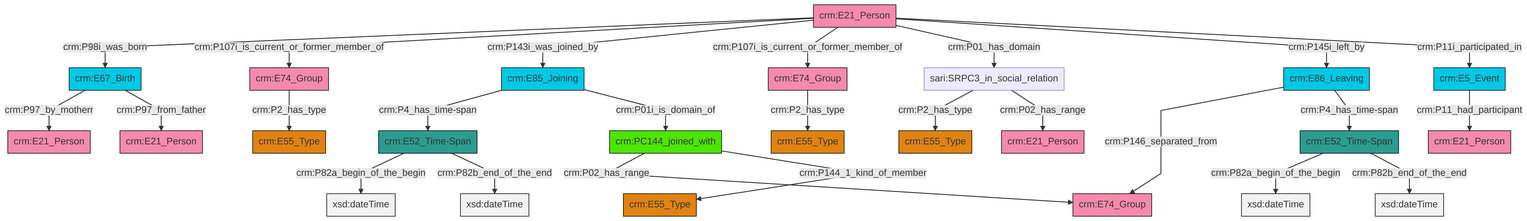
Above: et/personCSV/ttl/mmd/png/Person_Actor_Relations.png in swiss-art-research-net/reference-data-models (Mermaid), before the change. Its source is kept beside it as et/personCSV/ttl/mmd/Person_Actor_Relations.ttl.mmd.
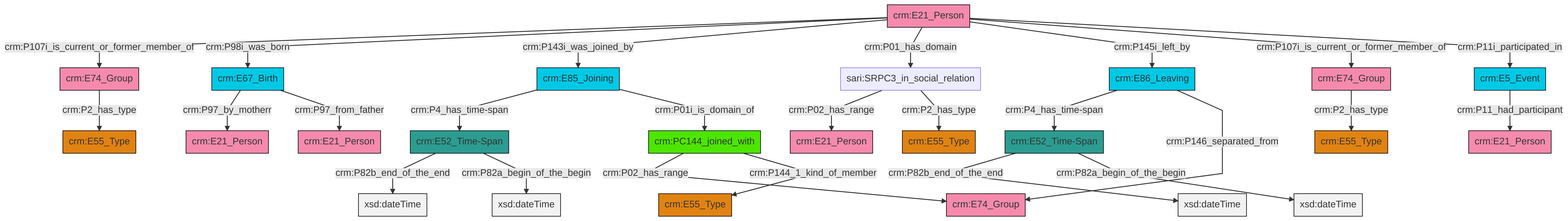
After the commit.

What changed in the source:
```diff
@@ -13,27 +13,27 @@
 classDef PC_Classes fill:#4ce600, stroke:#000000;
 classDef Multi fill:#cccccc,stroke:#000000;
 
-2["crm:E86_Leaving"]:::Temporal_Entity -->|crm:P146_separated_from| 8["crm:E74_Group"]:::Actor
-4["crm:E85_Joining"]:::Temporal_Entity -->|crm:P4_has_time-span| 11["crm:E52_Time-Span"]:::Time-Span
-12["crm:E21_Person"]:::Actor -->|crm:P98i_was_born| 13["crm:E67_Birth"]:::Temporal_Entity
-9["crm:PC144_joined_with"]:::PC_Classes -->|crm:P02_has_range| 8["crm:E74_Group"]:::Actor
-9["crm:PC144_joined_with"]:::PC_Classes -->|crm:P144_1_kind_of_member| 0["crm:E55_Type"]:::Type
-4["crm:E85_Joining"]:::Temporal_Entity -->|crm:P01i_is_domain_of| 9["crm:PC144_joined_with"]:::PC_Classes
-13["crm:E67_Birth"]:::Temporal_Entity -->|crm:P97_by_motherr| 19["crm:E21_Person"]:::Actor
-6["sari:SRPC3_in_social_relation"]:::Default -->|crm:P2_has_type| 24["crm:E55_Type"]:::Type
-25["crm:E74_Group"]:::Actor -->|crm:P2_has_type| 26["crm:E55_Type"]:::Type
-12["crm:E21_Person"]:::Actor -->|crm:P107i_is_current_or_former_member_of| 15["crm:E74_Group"]:::Actor
-11["crm:E52_Time-Span"]:::Time-Span -->|crm:P82a_begin_of_the_begin| 28[xsd:dateTime]:::Literal
-21["crm:E52_Time-Span"]:::Time-Span -->|crm:P82a_begin_of_the_begin| 29[xsd:dateTime]:::Literal
-12["crm:E21_Person"]:::Actor -->|crm:P143i_was_joined_by| 4["crm:E85_Joining"]:::Temporal_Entity
-6["sari:SRPC3_in_social_relation"]:::Default -->|crm:P02_has_range| 34["crm:E21_Person"]:::Actor
-13["crm:E67_Birth"]:::Temporal_Entity -->|crm:P97_from_father| 35["crm:E21_Person"]:::Actor
-12["crm:E21_Person"]:::Actor -->|crm:P107i_is_current_or_former_member_of| 25["crm:E74_Group"]:::Actor
-2["crm:E86_Leaving"]:::Temporal_Entity -->|crm:P4_has_time-span| 21["crm:E52_Time-Span"]:::Time-Span
-12["crm:E21_Person"]:::Actor -->|crm:P01_has_domain| 6["sari:SRPC3_in_social_relation"]:::Default
-12["crm:E21_Person"]:::Actor -->|crm:P145i_left_by| 2["crm:E86_Leaving"]:::Temporal_Entity
-38["crm:E5_Event"]:::Temporal_Entity -->|crm:P11_had_participant| 32["crm:E21_Person"]:::Actor
-21["crm:E52_Time-Span"]:::Time-Span -->|crm:P82b_end_of_the_end| 39[xsd:dateTime]:::Literal
-11["crm:E52_Time-Span"]:::Time-Span -->|crm:P82b_end_of_the_end| 41[xsd:dateTime]:::Literal
-12["crm:E21_Person"]:::Actor -->|crm:P11i_participated_in| 38["crm:E5_Event"]:::Temporal_Entity
-15["crm:E74_Group"]:::Actor -->|crm:P2_has_type| 17["crm:E55_Type"]:::Type
+0["sari:SRPC3_in_social_relation"]:::Default -->|crm:P02_has_range| 1["crm:E21_Person"]:::Actor
+3["crm:PC144_joined_with"]:::PC_Classes -->|crm:P02_has_range| 4["crm:E74_Group"]:::Actor
+5["crm:E21_Person"]:::Actor -->|crm:P107i_is_current_or_former_member_of| 6["crm:E74_Group"]:::Actor
+5["crm:E21_Person"]:::Actor -->|crm:P98i_was_born| 7["crm:E67_Birth"]:::Temporal_Entity
+9["crm:E52_Time-Span"]:::Time-Span -->|crm:P82b_end_of_the_end| 10[xsd:dateTime]:::Literal
+13["crm:E52_Time-Span"]:::Time-Span -->|crm:P82b_end_of_the_end| 14[xsd:dateTime]:::Literal
+0["sari:SRPC3_in_social_relation"]:::Default -->|crm:P2_has_type| 15["crm:E55_Type"]:::Type
+19["crm:E74_Group"]:::Actor -->|crm:P2_has_type| 20["crm:E55_Type"]:::Type
+3["crm:PC144_joined_with"]:::PC_Classes -->|crm:P144_1_kind_of_member| 11["crm:E55_Type"]:::Type
+13["crm:E52_Time-Span"]:::Time-Span -->|crm:P82a_begin_of_the_begin| 30[xsd:dateTime]:::Literal
+32["crm:E86_Leaving"]:::Temporal_Entity -->|crm:P4_has_time-span| 9["crm:E52_Time-Span"]:::Time-Span
+9["crm:E52_Time-Span"]:::Time-Span -->|crm:P82a_begin_of_the_begin| 33[xsd:dateTime]:::Literal
+16["crm:E5_Event"]:::Temporal_Entity -->|crm:P11_had_participant| 36["crm:E21_Person"]:::Actor
+37["crm:E85_Joining"]:::Temporal_Entity -->|crm:P4_has_time-span| 13["crm:E52_Time-Span"]:::Time-Span
+32["crm:E86_Leaving"]:::Temporal_Entity -->|crm:P146_separated_from| 4["crm:E74_Group"]:::Actor
+5["crm:E21_Person"]:::Actor -->|crm:P143i_was_joined_by| 37["crm:E85_Joining"]:::Temporal_Entity
+6["crm:E74_Group"]:::Actor -->|crm:P2_has_type| 21["crm:E55_Type"]:::Type
+5["crm:E21_Person"]:::Actor -->|crm:P01_has_domain| 0["sari:SRPC3_in_social_relation"]:::Default
+5["crm:E21_Person"]:::Actor -->|crm:P145i_left_by| 32["crm:E86_Leaving"]:::Temporal_Entity
+7["crm:E67_Birth"]:::Temporal_Entity -->|crm:P97_by_motherr| 23["crm:E21_Person"]:::Actor
+5["crm:E21_Person"]:::Actor -->|crm:P107i_is_current_or_former_member_of| 19["crm:E74_Group"]:::Actor
+5["crm:E21_Person"]:::Actor -->|crm:P11i_participated_in| 16["crm:E5_Event"]:::Temporal_Entity
+37["crm:E85_Joining"]:::Temporal_Entity -->|crm:P01i_is_domain_of| 3["crm:PC144_joined_with"]:::PC_Classes
+7["crm:E67_Birth"]:::Temporal_Entity -->|crm:P97_from_father| 26["crm:E21_Person"]:::Actor
```
